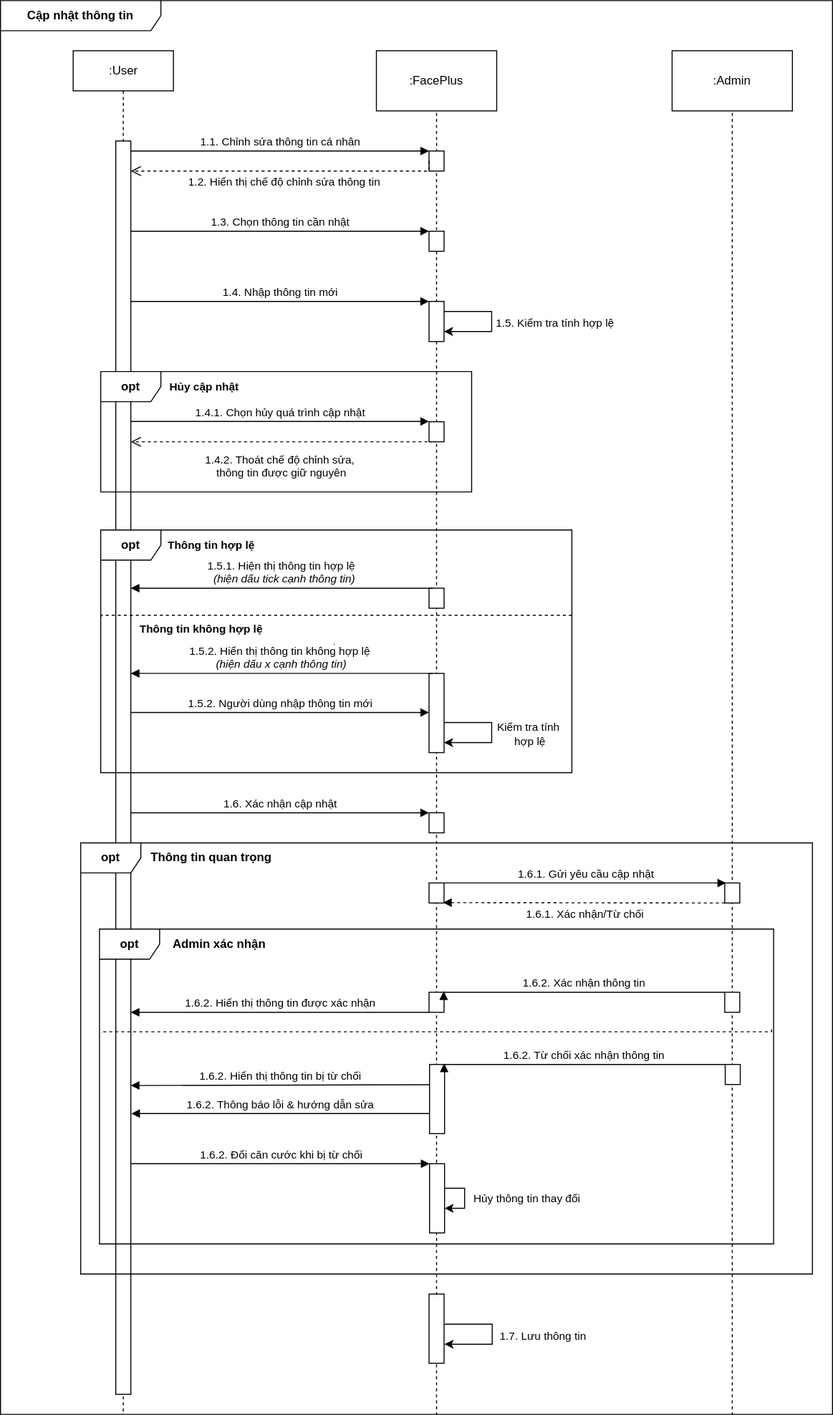
Before: Sequence2402_1.drawio.svg, a diagram exported from draw.io (minh071289/AI_system). Source tidied: cells renumbered, new cells last; positions are measured from the earlier drawing's top-left corner, leaving out a move shared by most shapes. Its diagram source:
```xml
<mxGraphModel>
  <root>
    <mxCell id="0" />
    <mxCell id="1" parent="0" />
    <mxCell id="2" value="&lt;b&gt;Cập nhật thông tin&lt;/b&gt;" style="shape=umlFrame;whiteSpace=wrap;html=1;width=160;height=30;swimlaneFillColor=default;" parent="1" vertex="1">
      <mxGeometry width="830" height="1410" as="geometry" />
    </mxCell>
    <mxCell id="3" value=":Object" style="shape=umlLifeline;perimeter=lifelinePerimeter;whiteSpace=wrap;html=1;newEdgeStyle={&quot;edgeStyle&quot;:&quot;elbowEdgeStyle&quot;,&quot;elbow&quot;:&quot;vertical&quot;,&quot;curved&quot;:0,&quot;rounded&quot;:0};" parent="1" vertex="1">
      <mxGeometry x="680" y="60" width="100" height="1350" as="geometry" />
    </mxCell>
    <mxCell id="4" value=":User" style="shape=umlLifeline;perimeter=lifelinePerimeter;whiteSpace=wrap;html=1;newEdgeStyle={&quot;edgeStyle&quot;:&quot;elbowEdgeStyle&quot;,&quot;elbow&quot;:&quot;vertical&quot;,&quot;curved&quot;:0,&quot;rounded&quot;:0};" parent="1" vertex="1">
      <mxGeometry x="72.5" y="50" width="100" height="1360" as="geometry" />
    </mxCell>
    <mxCell id="5" value=":Object" style="shape=umlLifeline;perimeter=lifelinePerimeter;whiteSpace=wrap;html=1;newEdgeStyle={&quot;edgeStyle&quot;:&quot;elbowEdgeStyle&quot;,&quot;elbow&quot;:&quot;vertical&quot;,&quot;curved&quot;:0,&quot;rounded&quot;:0};" parent="1" vertex="1">
      <mxGeometry x="385" y="60" width="100" height="1350" as="geometry" />
    </mxCell>
    <mxCell id="6" style="rounded=0;whiteSpace=wrap;html=1;" parent="1" vertex="1">
      <mxGeometry x="115" y="140" width="15" height="1250" as="geometry" />
    </mxCell>
    <mxCell id="7" style="rounded=0;whiteSpace=wrap;html=1;" parent="1" vertex="1">
      <mxGeometry x="427.5" y="150" width="15" height="20" as="geometry" />
    </mxCell>
    <mxCell id="8" value=":FacePlus" style="rounded=0;whiteSpace=wrap;html=1;" parent="1" vertex="1">
      <mxGeometry x="375" y="50" width="120" height="60" as="geometry" />
    </mxCell>
    <mxCell id="9" value="1.1. Chỉnh sửa thông tin cá nhân" style="html=1;verticalAlign=bottom;endArrow=block;edgeStyle=elbowEdgeStyle;elbow=vertical;curved=0;rounded=0;" parent="1" edge="1" source="6">
      <mxGeometry relative="1" as="geometry">
        <mxPoint x="427.5" y="150" as="targetPoint" />
        <Array as="points">
          <mxPoint x="222.5" y="150" />
        </Array>
      </mxGeometry>
    </mxCell>
    <mxCell id="10" value="1.2. Hiển thị chế độ chỉnh sửa thông tin" style="html=1;verticalAlign=bottom;endArrow=open;dashed=1;endSize=8;edgeStyle=elbowEdgeStyle;elbow=vertical;curved=0;rounded=0;exitX=0;exitY=0.5;exitDx=0;exitDy=0;" parent="1" edge="1" source="7">
      <mxGeometry x="0.01" y="20" relative="1" as="geometry">
        <mxPoint x="130" y="170" as="targetPoint" />
        <Array as="points">
          <mxPoint x="225" y="170" />
        </Array>
      </mxGeometry>
    </mxCell>
    <mxCell id="11" style="rounded=0;whiteSpace=wrap;html=1;" parent="1" vertex="1">
      <mxGeometry x="427.5" y="230" width="15" height="20" as="geometry" />
    </mxCell>
    <mxCell id="12" value="1.3. Chọn thông tin cần nhật" style="html=1;verticalAlign=bottom;endArrow=block;edgeStyle=elbowEdgeStyle;elbow=vertical;curved=0;rounded=0;" parent="1" edge="1">
      <mxGeometry relative="1" as="geometry">
        <mxPoint x="130" y="230" as="sourcePoint" />
        <mxPoint x="427.5" y="230" as="targetPoint" />
        <Array as="points">
          <mxPoint x="222.5" y="230" />
        </Array>
      </mxGeometry>
    </mxCell>
    <mxCell id="13" value="1.4. Nhập thông tin mới" style="html=1;verticalAlign=bottom;endArrow=block;edgeStyle=elbowEdgeStyle;elbow=vertical;curved=0;rounded=0;" parent="1" edge="1">
      <mxGeometry relative="1" as="geometry">
        <mxPoint x="130" y="300" as="sourcePoint" />
        <mxPoint x="427.5" y="300" as="targetPoint" />
        <Array as="points">
          <mxPoint x="222.5" y="300" />
        </Array>
      </mxGeometry>
    </mxCell>
    <mxCell id="14" value="&lt;b&gt;opt&lt;/b&gt;" style="shape=umlFrame;whiteSpace=wrap;html=1;" parent="1" vertex="1">
      <mxGeometry x="100" y="370" width="370" height="120" as="geometry" />
    </mxCell>
    <mxCell id="15" style="rounded=0;whiteSpace=wrap;html=1;" parent="1" vertex="1">
      <mxGeometry x="427.5" y="300" width="15" height="40" as="geometry" />
    </mxCell>
    <mxCell id="16" style="rounded=0;whiteSpace=wrap;html=1;" parent="1" vertex="1">
      <mxGeometry x="427.5" y="420" width="15" height="20" as="geometry" />
    </mxCell>
    <mxCell id="17" value="1.4.1. Chọn hủy quá trình cập nhật" style="html=1;verticalAlign=bottom;endArrow=block;edgeStyle=elbowEdgeStyle;elbow=vertical;curved=0;rounded=0;" parent="1" edge="1">
      <mxGeometry relative="1" as="geometry">
        <mxPoint x="130" y="419.7" as="sourcePoint" />
        <mxPoint x="427.5" y="419.7" as="targetPoint" />
        <Array as="points">
          <mxPoint x="222.5" y="419.7" />
        </Array>
      </mxGeometry>
    </mxCell>
    <mxCell id="18" value="1.4.2. Thoát chế độ chỉnh sửa,&amp;nbsp;&lt;div&gt;thông tin được giữ nguyên&lt;/div&gt;" style="html=1;verticalAlign=bottom;endArrow=open;dashed=1;endSize=8;edgeStyle=elbowEdgeStyle;elbow=vertical;curved=0;rounded=0;" parent="1" edge="1">
      <mxGeometry x="0.01" y="40" relative="1" as="geometry">
        <mxPoint x="428" y="440" as="sourcePoint" />
        <mxPoint x="130" y="440" as="targetPoint" />
        <Array as="points">
          <mxPoint x="430" y="440" />
        </Array>
      </mxGeometry>
    </mxCell>
    <mxCell id="19" value="&lt;b&gt;opt&lt;/b&gt;" style="shape=umlFrame;whiteSpace=wrap;html=1;" parent="1" vertex="1">
      <mxGeometry x="100" y="528" width="470" height="242" as="geometry" />
    </mxCell>
    <mxCell id="20" style="rounded=0;whiteSpace=wrap;html=1;" parent="1" vertex="1">
      <mxGeometry x="427.5" y="586" width="15" height="20" as="geometry" />
    </mxCell>
    <mxCell id="21" value="1.5.1. Hiện thị thông tin hợp lệ&lt;div&gt;&amp;nbsp; &lt;i&gt;(hiện dấu tick cạnh thông tin)&lt;/i&gt;&lt;/div&gt;" style="html=1;verticalAlign=bottom;endArrow=block;edgeStyle=elbowEdgeStyle;elbow=vertical;curved=0;rounded=0;exitX=0.25;exitY=0;exitDx=0;exitDy=0;" parent="1" edge="1">
      <mxGeometry relative="1" as="geometry">
        <mxPoint x="431.2" y="586" as="sourcePoint" />
        <mxPoint x="130" y="586" as="targetPoint" />
        <Array as="points">
          <mxPoint x="220" y="586" />
        </Array>
      </mxGeometry>
    </mxCell>
    <mxCell id="22" value="+" style="html=1;verticalAlign=bottom;endArrow=none;dashed=1;endSize=8;edgeStyle=elbowEdgeStyle;elbow=vertical;curved=0;rounded=0;startFill=0;entryX=0.001;entryY=0.348;entryDx=0;entryDy=0;entryPerimeter=0;" parent="1" edge="1">
      <mxGeometry x="0.01" y="40" relative="1" as="geometry">
        <mxPoint x="570" y="613" as="sourcePoint" />
        <mxPoint x="100.5" y="614.2" as="targetPoint" />
        <Array as="points">
          <mxPoint x="100" y="613" />
          <mxPoint x="470" y="617" />
        </Array>
      </mxGeometry>
    </mxCell>
    <mxCell id="23" style="rounded=0;whiteSpace=wrap;html=1;" parent="1" vertex="1">
      <mxGeometry x="427.5" y="671" width="15" height="79" as="geometry" />
    </mxCell>
    <mxCell id="24" value="1.5.2. Hiển thị thông tin không hợp lệ&amp;nbsp;&lt;div&gt;&lt;i&gt;(hiện dấu x cạnh thông tin)&lt;/i&gt;&lt;/div&gt;" style="html=1;verticalAlign=bottom;endArrow=block;edgeStyle=elbowEdgeStyle;elbow=vertical;curved=0;rounded=0;exitX=0.25;exitY=0;exitDx=0;exitDy=0;" parent="1" edge="1">
      <mxGeometry relative="1" as="geometry">
        <mxPoint x="431" y="671" as="sourcePoint" />
        <mxPoint x="130" y="671" as="targetPoint" />
        <Array as="points">
          <mxPoint x="220" y="671" />
        </Array>
      </mxGeometry>
    </mxCell>
    <mxCell id="25" style="endArrow=classic;html=1;rounded=0;exitX=1;exitY=0;exitDx=0;exitDy=0;entryX=1;entryY=1;entryDx=0;entryDy=0;" parent="1" edge="1">
      <mxGeometry relative="1" as="geometry">
        <mxPoint x="442.5" y="310" as="sourcePoint" />
        <mxPoint x="442.5" y="330" as="targetPoint" />
        <Array as="points">
          <mxPoint x="490" y="310" />
          <mxPoint x="490" y="330" />
        </Array>
      </mxGeometry>
    </mxCell>
    <mxCell id="26" value="1.5. Kiểm tra tính hợp lệ" style="edgeLabel;html=1;align=center;verticalAlign=middle;" parent="25" vertex="1">
      <mxGeometry x="0.03" y="-1" relative="1" as="geometry">
        <mxPoint x="63" as="offset" />
      </mxGeometry>
    </mxCell>
    <mxCell id="27" value="&lt;span&gt;&lt;font style=&quot;font-size: 11px;&quot;&gt;Hủy cập nhật&lt;/font&gt;&lt;/span&gt;" style="text;html=1;align=center;verticalAlign=middle;strokeColor=none;fillColor=none;fontStyle=1;" parent="1" vertex="1">
      <mxGeometry x="158" y="370" width="90" height="30" as="geometry" />
    </mxCell>
    <mxCell id="28" value="&lt;span&gt;&lt;font style=&quot;font-size: 11px;&quot;&gt;Thông tin hợp lệ&lt;/font&gt;&lt;/span&gt;" style="text;html=1;align=center;verticalAlign=middle;strokeColor=none;fillColor=none;fontStyle=1;" parent="1" vertex="1">
      <mxGeometry x="160" y="528" width="100" height="30" as="geometry" />
    </mxCell>
    <mxCell id="29" value="&lt;span&gt;&lt;font style=&quot;font-size: 11px;&quot;&gt;Thông tin không hợp lệ&lt;/font&gt;&lt;/span&gt;" style="text;html=1;align=center;verticalAlign=middle;strokeColor=none;fillColor=none;fontStyle=1;" parent="1" vertex="1">
      <mxGeometry x="130" y="612" width="140" height="30" as="geometry" />
    </mxCell>
    <mxCell id="30" value="1.5.2. Người dùng nhập thông tin mới" style="html=1;verticalAlign=bottom;endArrow=block;edgeStyle=elbowEdgeStyle;elbow=vertical;curved=0;rounded=0;" parent="1" edge="1">
      <mxGeometry relative="1" as="geometry">
        <mxPoint x="130" y="710" as="sourcePoint" />
        <mxPoint x="427.5" y="710" as="targetPoint" />
        <Array as="points">
          <mxPoint x="222.5" y="710" />
        </Array>
      </mxGeometry>
    </mxCell>
    <mxCell id="31" style="endArrow=classic;html=1;rounded=0;exitX=1;exitY=0;exitDx=0;exitDy=0;entryX=1;entryY=1;entryDx=0;entryDy=0;" parent="1" edge="1">
      <mxGeometry relative="1" as="geometry">
        <mxPoint x="442.5" y="720" as="sourcePoint" />
        <mxPoint x="442.5" y="740" as="targetPoint" />
        <Array as="points">
          <mxPoint x="490" y="720" />
          <mxPoint x="490" y="740" />
        </Array>
      </mxGeometry>
    </mxCell>
    <mxCell id="32" value="Kiểm tra tính&amp;nbsp;&lt;div&gt;hợp lệ&lt;/div&gt;" style="edgeLabel;html=1;align=center;verticalAlign=middle;" parent="31" vertex="1">
      <mxGeometry x="0.03" y="-1" relative="1" as="geometry">
        <mxPoint x="38" as="offset" />
      </mxGeometry>
    </mxCell>
    <mxCell id="33" value="1.6. Xác nhận cập nhật" style="html=1;verticalAlign=bottom;endArrow=block;edgeStyle=elbowEdgeStyle;elbow=vertical;curved=0;rounded=0;" parent="1" edge="1">
      <mxGeometry relative="1" as="geometry">
        <mxPoint x="130" y="810" as="sourcePoint" />
        <mxPoint x="427.5" y="810" as="targetPoint" />
        <Array as="points">
          <mxPoint x="222.5" y="810" />
        </Array>
      </mxGeometry>
    </mxCell>
    <mxCell id="34" style="rounded=0;whiteSpace=wrap;html=1;" parent="1" vertex="1">
      <mxGeometry x="427.5" y="810" width="15" height="20" as="geometry" />
    </mxCell>
    <mxCell id="35" value=":Admin" style="rounded=0;whiteSpace=wrap;html=1;" parent="1" vertex="1">
      <mxGeometry x="670" y="50" width="120" height="60" as="geometry" />
    </mxCell>
    <mxCell id="36" value="&lt;b&gt;opt&lt;/b&gt;" style="shape=umlFrame;whiteSpace=wrap;html=1;" parent="1" vertex="1">
      <mxGeometry x="80" y="840" width="730" height="430" as="geometry" />
    </mxCell>
    <mxCell id="37" value="&lt;b&gt;Thông tin quan trọng&lt;/b&gt;" style="text;html=1;align=center;verticalAlign=middle;strokeColor=none;fillColor=none;" parent="1" vertex="1">
      <mxGeometry x="140" y="840" width="140" height="30" as="geometry" />
    </mxCell>
    <mxCell id="38" style="rounded=0;whiteSpace=wrap;html=1;" parent="1" vertex="1">
      <mxGeometry x="427.5" y="880" width="15" height="20" as="geometry" />
    </mxCell>
    <mxCell id="39" style="rounded=0;whiteSpace=wrap;html=1;" parent="1" vertex="1">
      <mxGeometry x="722.5" y="880" width="15" height="20" as="geometry" />
    </mxCell>
    <mxCell id="40" value="1.6.1. Gửi yêu cầu cập nhật" style="html=1;verticalAlign=bottom;endArrow=block;edgeStyle=elbowEdgeStyle;elbow=vertical;curved=0;rounded=0;exitX=0.91;exitY=-0.012;exitDx=0;exitDy=0;exitPerimeter=0;" parent="1" edge="1">
      <mxGeometry relative="1" as="geometry">
        <mxPoint x="442.5" y="880" as="sourcePoint" />
        <mxPoint x="723.9" y="880.1" as="targetPoint" />
      </mxGeometry>
    </mxCell>
    <mxCell id="41" style="html=1;verticalAlign=bottom;endArrow=none;edgeStyle=elbowEdgeStyle;elbow=vertical;curved=0;rounded=0;exitX=0.91;exitY=-0.012;exitDx=0;exitDy=0;exitPerimeter=0;startFill=1;startArrow=block;dashed=1;" parent="1" edge="1">
      <mxGeometry x="0.27" y="-10" relative="1" as="geometry">
        <mxPoint x="441.5" y="899.6" as="sourcePoint" />
        <mxPoint x="722.9" y="899.7" as="targetPoint" />
      </mxGeometry>
    </mxCell>
    <mxCell id="42" value="&lt;font style=&quot;font-size: 11px;&quot;&gt;1.6.1. Xác nhận/Từ chối&lt;/font&gt;" style="text;html=1;align=center;verticalAlign=middle;strokeColor=none;fillColor=none;" parent="1" vertex="1">
      <mxGeometry x="513" y="896" width="140" height="30" as="geometry" />
    </mxCell>
    <mxCell id="43" value="&lt;b&gt;opt&lt;/b&gt;" style="shape=umlFrame;whiteSpace=wrap;html=1;" parent="1" vertex="1">
      <mxGeometry x="98.8" y="926" width="672.5" height="314" as="geometry" />
    </mxCell>
    <mxCell id="44" value="&lt;b&gt;Admin xác nhận&lt;/b&gt;" style="text;html=1;align=center;verticalAlign=middle;strokeColor=none;fillColor=none;" parent="1" vertex="1">
      <mxGeometry x="158" y="926" width="120" height="30" as="geometry" />
    </mxCell>
    <mxCell id="45" style="rounded=0;whiteSpace=wrap;html=1;" parent="1" vertex="1">
      <mxGeometry x="427.5" y="989" width="15" height="20" as="geometry" />
    </mxCell>
    <mxCell id="46" value="1.6.2. Hiển thị thông tin được xác nhận" style="html=1;verticalAlign=bottom;endArrow=block;edgeStyle=elbowEdgeStyle;elbow=vertical;curved=0;rounded=0;exitX=0;exitY=0;exitDx=0;exitDy=0;" parent="1" edge="1">
      <mxGeometry relative="1" as="geometry">
        <mxPoint x="427.5" y="1009" as="sourcePoint" />
        <mxPoint x="130" y="1009.8" as="targetPoint" />
      </mxGeometry>
    </mxCell>
    <mxCell id="47" style="rounded=0;whiteSpace=wrap;html=1;" parent="1" vertex="1">
      <mxGeometry x="722.5" y="989" width="15" height="20" as="geometry" />
    </mxCell>
    <mxCell id="48" value="1.6.2. Xác nhận thông tin" style="html=1;verticalAlign=bottom;endArrow=block;edgeStyle=elbowEdgeStyle;elbow=vertical;curved=0;rounded=0;exitX=0;exitY=0;exitDx=0;exitDy=0;" parent="1" edge="1" source="47">
      <mxGeometry relative="1" as="geometry">
        <mxPoint x="442.1" y="988" as="targetPoint" />
        <Array as="points">
          <mxPoint x="709.6" y="989" />
        </Array>
      </mxGeometry>
    </mxCell>
    <mxCell id="49" style="html=1;verticalAlign=bottom;endArrow=none;dashed=1;endSize=8;edgeStyle=elbowEdgeStyle;elbow=vertical;curved=0;rounded=0;startFill=0;entryX=0.001;entryY=0.348;entryDx=0;entryDy=0;entryPerimeter=0;exitX=0.997;exitY=0.486;exitDx=0;exitDy=0;exitPerimeter=0;" parent="1" edge="1">
      <mxGeometry x="0.01" y="40" relative="1" as="geometry">
        <mxPoint x="769.2" y="1026.1" as="sourcePoint" />
        <mxPoint x="100.5" y="1029.6" as="targetPoint" />
        <Array as="points">
          <mxPoint x="100" y="1028.4" />
          <mxPoint x="470" y="1032.4" />
        </Array>
      </mxGeometry>
    </mxCell>
    <mxCell id="50" style="rounded=0;whiteSpace=wrap;html=1;" parent="1" vertex="1">
      <mxGeometry x="428" y="1061" width="15" height="69" as="geometry" />
    </mxCell>
    <mxCell id="51" style="rounded=0;whiteSpace=wrap;html=1;" parent="1" vertex="1">
      <mxGeometry x="723" y="1061" width="15" height="20" as="geometry" />
    </mxCell>
    <mxCell id="52" value="1.6.2. Từ chối xác nhận thông tin" style="html=1;verticalAlign=bottom;endArrow=block;edgeStyle=elbowEdgeStyle;elbow=vertical;curved=0;rounded=0;exitX=0;exitY=0;exitDx=0;exitDy=0;" parent="1" edge="1" source="51">
      <mxGeometry relative="1" as="geometry">
        <mxPoint x="442.6" y="1060" as="targetPoint" />
      </mxGeometry>
    </mxCell>
    <mxCell id="53" value="1.6.2. Hiển thị thông tin bị từ chối" style="html=1;verticalAlign=bottom;endArrow=block;edgeStyle=elbowEdgeStyle;elbow=vertical;curved=0;rounded=0;exitX=0;exitY=0;exitDx=0;exitDy=0;" parent="1" edge="1">
      <mxGeometry relative="1" as="geometry">
        <mxPoint x="427.5" y="1081.2" as="sourcePoint" />
        <mxPoint x="130" y="1082" as="targetPoint" />
      </mxGeometry>
    </mxCell>
    <mxCell id="54" value="1.6.2. Thông báo lỗi &amp;amp; hướng dẫn sửa" style="html=1;verticalAlign=bottom;endArrow=block;edgeStyle=elbowEdgeStyle;elbow=vertical;curved=0;rounded=0;exitX=0;exitY=0;exitDx=0;exitDy=0;" parent="1" edge="1">
      <mxGeometry relative="1" as="geometry">
        <mxPoint x="428" y="1110" as="sourcePoint" />
        <mxPoint x="130.5" y="1110.8" as="targetPoint" />
      </mxGeometry>
    </mxCell>
    <mxCell id="55" style="rounded=0;whiteSpace=wrap;html=1;" parent="1" vertex="1">
      <mxGeometry x="428" y="1160" width="15" height="69" as="geometry" />
    </mxCell>
    <mxCell id="56" value="1.6.2. Đổi căn cước khi bị từ chối" style="html=1;verticalAlign=bottom;endArrow=block;edgeStyle=elbowEdgeStyle;elbow=vertical;curved=0;rounded=0;" parent="1" edge="1">
      <mxGeometry relative="1" as="geometry">
        <mxPoint x="130.5" y="1160" as="sourcePoint" />
        <mxPoint x="428" y="1160" as="targetPoint" />
        <Array as="points">
          <mxPoint x="223" y="1160" />
        </Array>
      </mxGeometry>
    </mxCell>
    <mxCell id="57" style="edgeStyle=orthogonalEdgeStyle;rounded=0;orthogonalLoop=1;jettySize=auto;html=1;elbow=vertical;" parent="1" edge="1" source="55" target="55">
      <mxGeometry relative="1" as="geometry" />
    </mxCell>
    <mxCell id="58" value="&lt;font style=&quot;font-size: 11px;&quot;&gt;Hủy thông tin thay đổi&lt;/font&gt;" style="text;html=1;align=center;verticalAlign=middle;strokeColor=none;fillColor=none;" parent="1" vertex="1">
      <mxGeometry x="460" y="1179.5" width="130" height="30" as="geometry" />
    </mxCell>
    <mxCell id="59" style="rounded=0;whiteSpace=wrap;html=1;" parent="1" vertex="1">
      <mxGeometry x="427.5" y="1290" width="15" height="69" as="geometry" />
    </mxCell>
    <mxCell id="60" style="endArrow=classic;html=1;rounded=0;exitX=1;exitY=0;exitDx=0;exitDy=0;entryX=1;entryY=1;entryDx=0;entryDy=0;" parent="1" edge="1">
      <mxGeometry relative="1" as="geometry">
        <mxPoint x="443" y="1320" as="sourcePoint" />
        <mxPoint x="443" y="1340" as="targetPoint" />
        <Array as="points">
          <mxPoint x="490.5" y="1320" />
          <mxPoint x="490.5" y="1340" />
        </Array>
      </mxGeometry>
    </mxCell>
    <mxCell id="61" value="1.7. Lưu thông tin" style="edgeLabel;html=1;align=center;verticalAlign=middle;" parent="60" vertex="1">
      <mxGeometry x="0.03" y="-1" relative="1" as="geometry">
        <mxPoint x="51" as="offset" />
      </mxGeometry>
    </mxCell>
  </root>
</mxGraphModel>
```
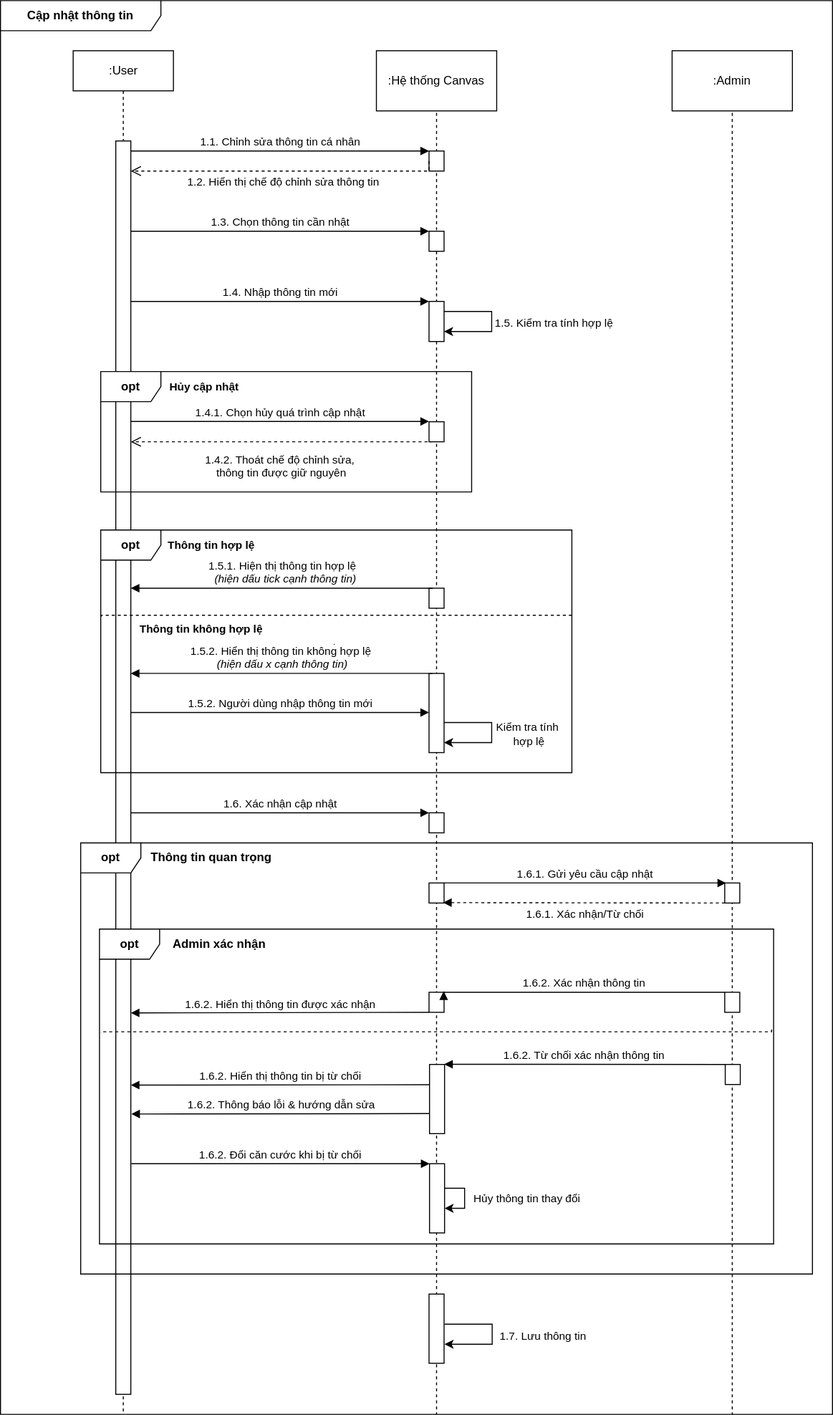
After the commit.

Change to the diagram source:
```diff
@@ -20,7 +20,7 @@
     <mxCell id="7" style="rounded=0;whiteSpace=wrap;html=1;" parent="1" vertex="1">
       <mxGeometry x="427.5" y="150" width="15" height="20" as="geometry" />
     </mxCell>
-    <mxCell id="8" value=":FacePlus" style="rounded=0;whiteSpace=wrap;html=1;" parent="1" vertex="1">
+    <mxCell id="8" value=":Hệ thống Canvas" style="rounded=0;whiteSpace=wrap;html=1;" parent="1" vertex="1">
       <mxGeometry x="375" y="50" width="120" height="60" as="geometry" />
     </mxCell>
     <mxCell id="9" value="1.1. Chỉnh sửa thông tin cá nhân" style="html=1;verticalAlign=bottom;endArrow=block;edgeStyle=elbowEdgeStyle;elbow=vertical;curved=0;rounded=0;" parent="1" edge="1" source="6">
```
